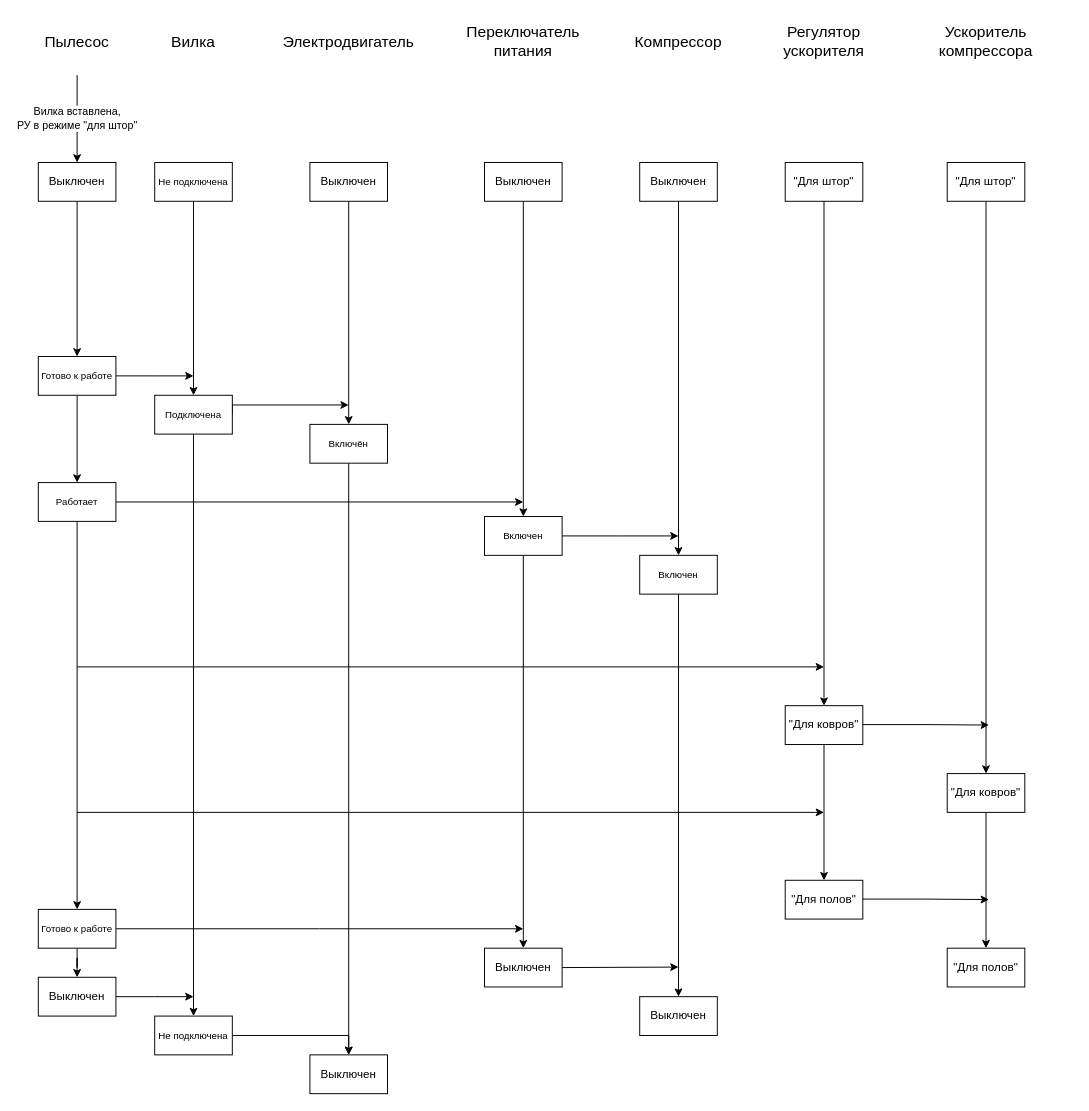
Earlier version of the draw.io diagram page "КУ" (4 of 5) of OOP/Lab_05/vacuum_cleaner.drawio (Yokud/4_sem_SE). Source tidied: cells renumbered, new cells numbered last; positions are measured from the earlier drawing's top-left corner, leaving out a move shared by most shapes. Both pictures are drawn from the tidied source at 97%, with x=0, y=0 at pixel (18, 16).
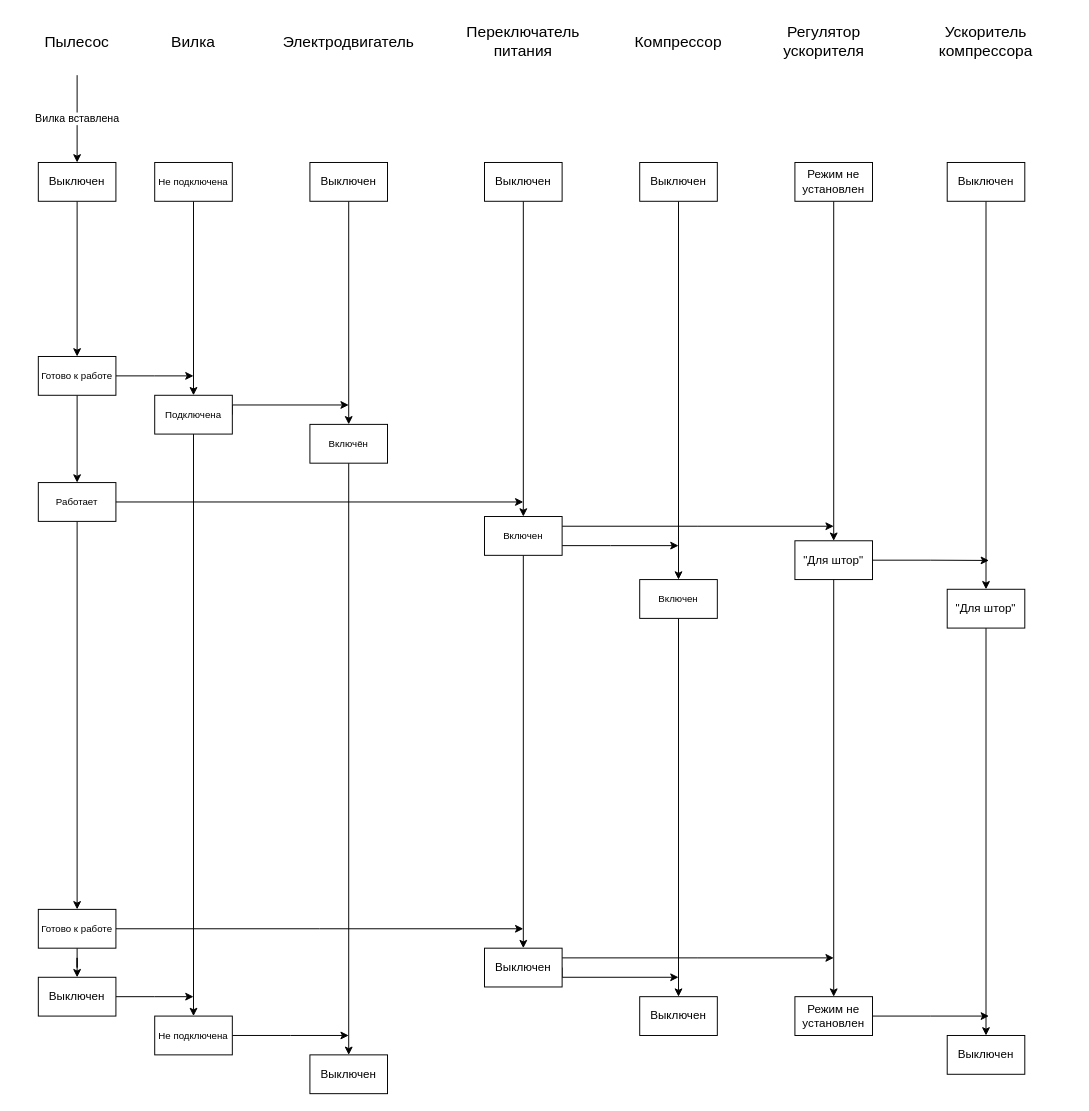
The same diagram, later.

The change refers to these unchanged cells:
```xml
<mxCell id="10" value="Выключен" style="rounded=0;whiteSpace=wrap;html=1;" parent="1" vertex="1">
  <mxGeometry x="20" y="150" width="80" height="40" as="geometry" />
</mxCell>
<mxCell id="29" value="&lt;font style=&quot;font-size: 10px&quot;&gt;Включен&lt;/font&gt;" style="rounded=0;whiteSpace=wrap;html=1;" parent="1" vertex="1">
  <mxGeometry x="480" y="515" width="80" height="40" as="geometry" />
</mxCell>
<mxCell id="56" value="Выключен" style="rounded=0;whiteSpace=wrap;html=1;" parent="1" vertex="1">
  <mxGeometry x="480" y="960" width="80" height="40" as="geometry" />
</mxCell>
<mxCell id="58" value="Выключен" style="rounded=0;whiteSpace=wrap;html=1;" parent="1" vertex="1">
  <mxGeometry x="300" y="1070" width="80" height="40" as="geometry" />
</mxCell>
<mxCell id="60" value="&lt;font style=&quot;font-size: 10px&quot;&gt;Не подключена&lt;/font&gt;" style="rounded=0;whiteSpace=wrap;html=1;" parent="1" vertex="1">
  <mxGeometry x="140" y="1030" width="80" height="40" as="geometry" />
</mxCell>
```

Change to the diagram source:
```diff
@@
-    <mxCell id="11" value="Вилка вставлена,&lt;br&gt;РУ в режиме &quot;для штор&quot;" style="endArrow=classic;html=1;entryX=0.5;entryY=0;entryDx=0;entryDy=0;" parent="1" edge="1" target="10">
+    <mxCell id="11" value="Вилка вставлена" style="endArrow=classic;html=1;entryX=0.5;entryY=0;entryDx=0;entryDy=0;" parent="1" edge="1" target="10">
       <mxGeometry relative="1" as="geometry">
         <mxPoint x="60" y="60" as="sourcePoint" />
       </mxGeometry>
     </mxCell>
@@
-    <mxCell id="20" style="edgeStyle=orthogonalEdgeStyle;rounded=0;jettySize=auto;html=1;exitX=0.5;exitY=1;exitDx=0;exitDy=0;entryX=0.5;entryY=0;entryDx=0;entryDy=0;" parent="1" edge="1" source="21" target="43">
-      <mxGeometry relative="1" as="geometry" />
-    </mxCell>
+    <mxCell id="61" style="edgeStyle=orthogonalEdgeStyle;rounded=0;jettySize=auto;html=1;exitX=1;exitY=0.5;exitDx=0;exitDy=0;" parent="1" edge="1" source="21">
+      <mxGeometry relative="1" as="geometry">
+        <mxPoint x="1000" y="560.3" as="targetPoint" />
+      </mxGeometry>
+    </mxCell>
+    <mxCell id="62" style="edgeStyle=orthogonalEdgeStyle;rounded=0;jettySize=auto;html=1;exitX=0.5;exitY=1;exitDx=0;exitDy=0;entryX=0.5;entryY=0;entryDx=0;entryDy=0;" parent="1" edge="1" source="21" target="72">
+      <mxGeometry relative="1" as="geometry" />
+    </mxCell>
     <mxCell id="21" value="&quot;Для штор&quot;" style="rounded=0;whiteSpace=wrap;html=1;" parent="1" vertex="1">
-      <mxGeometry x="790" y="150" width="80" height="40" as="geometry" />
+      <mxGeometry x="800" y="540" width="80" height="40" as="geometry" />
     </mxCell>
-    <mxCell id="22" style="edgeStyle=orthogonalEdgeStyle;rounded=0;jettySize=auto;html=1;exitX=0.5;exitY=1;exitDx=0;exitDy=0;entryX=0.5;entryY=0;entryDx=0;entryDy=0;" parent="1" edge="1" source="23" target="51">
-      <mxGeometry relative="1" as="geometry" />
-    </mxCell>
+    <mxCell id="63" style="edgeStyle=orthogonalEdgeStyle;rounded=0;jettySize=auto;html=1;exitX=0.5;exitY=1;exitDx=0;exitDy=0;entryX=0.5;entryY=0;entryDx=0;entryDy=0;" parent="1" edge="1" source="23" target="68">
+      <mxGeometry relative="1" as="geometry" />
+    </mxCell>
-    <mxCell id="23" value="&quot;Для штор&quot;" style="rounded=0;whiteSpace=wrap;html=1;" parent="1" vertex="1">
+    <mxCell id="23" value="Выключен" style="rounded=0;whiteSpace=wrap;html=1;" parent="1" vertex="1">
       <mxGeometry x="957" y="150" width="80" height="40" as="geometry" />
     </mxCell>
@@
-    <mxCell id="27" style="edgeStyle=orthogonalEdgeStyle;rounded=0;jettySize=auto;html=1;exitX=1;exitY=0.5;exitDx=0;exitDy=0;" parent="1" edge="1" source="29">
+    <mxCell id="27" style="edgeStyle=orthogonalEdgeStyle;rounded=0;jettySize=auto;html=1;exitX=1;exitY=0.75;exitDx=0;exitDy=0;" parent="1" edge="1" source="29">
       <mxGeometry relative="1" as="geometry">
-        <mxPoint x="680" y="535" as="targetPoint" />
+        <mxPoint x="680" y="545" as="targetPoint" />
+        <Array as="points">
+          <mxPoint x="610" y="545" />
+          <mxPoint x="610" y="545" />
+        </Array>
       </mxGeometry>
     </mxCell>
@@
+    <mxCell id="64" style="edgeStyle=orthogonalEdgeStyle;rounded=0;jettySize=auto;html=1;exitX=1;exitY=0.25;exitDx=0;exitDy=0;" parent="1" edge="1" source="29">
+      <mxGeometry relative="1" as="geometry">
+        <mxPoint x="840" y="525" as="targetPoint" />
+      </mxGeometry>
+    </mxCell>
@@
     <mxCell id="39" value="&lt;font style=&quot;font-size: 10px&quot;&gt;Включен&lt;/font&gt;" style="rounded=0;whiteSpace=wrap;html=1;" parent="1" vertex="1">
-      <mxGeometry x="640" y="555" width="80" height="40" as="geometry" />
+      <mxGeometry x="640" y="580" width="80" height="40" as="geometry" />
     </mxCell>
@@
-    <mxCell id="42" style="edgeStyle=orthogonalEdgeStyle;rounded=0;jettySize=auto;html=1;exitX=0.5;exitY=1;exitDx=0;exitDy=0;" parent="1" edge="1" source="43" target="44">
-      <mxGeometry relative="1" as="geometry" />
-    </mxCell>
-    <mxCell id="43" value="&quot;Для ковров&quot;" style="rounded=0;whiteSpace=wrap;html=1;" parent="1" vertex="1">
-      <mxGeometry x="790" y="710" width="80" height="40" as="geometry" />
-    </mxCell>
-    <mxCell id="44" value="&quot;Для полов&quot;" style="rounded=0;whiteSpace=wrap;html=1;" parent="1" vertex="1">
-      <mxGeometry x="790" y="890" width="80" height="40" as="geometry" />
-    </mxCell>
@@
-    <mxCell id="48" style="endArrow=classic;html=1;" parent="1" edge="1">
-      <mxGeometry relative="1" as="geometry">
-        <mxPoint x="60" y="670" as="sourcePoint" />
-        <mxPoint x="830" y="670" as="targetPoint" />
-      </mxGeometry>
-    </mxCell>
-    <mxCell id="49" style="endArrow=classic;html=1;" parent="1" edge="1">
-      <mxGeometry relative="1" as="geometry">
-        <mxPoint x="60" y="820" as="sourcePoint" />
-        <mxPoint x="830" y="820" as="targetPoint" />
-      </mxGeometry>
-    </mxCell>
-    <mxCell id="50" style="edgeStyle=orthogonalEdgeStyle;rounded=0;jettySize=auto;html=1;exitX=0.5;exitY=1;exitDx=0;exitDy=0;entryX=0.5;entryY=0;entryDx=0;entryDy=0;" parent="1" edge="1" source="51" target="52">
-      <mxGeometry relative="1" as="geometry" />
-    </mxCell>
-    <mxCell id="51" value="&quot;Для ковров&quot;" style="rounded=0;whiteSpace=wrap;html=1;" parent="1" vertex="1">
-      <mxGeometry x="957" y="780" width="80" height="40" as="geometry" />
-    </mxCell>
-    <mxCell id="52" value="&quot;Для полов&quot;" style="rounded=0;whiteSpace=wrap;html=1;" parent="1" vertex="1">
-      <mxGeometry x="957" y="960" width="80" height="40" as="geometry" />
-    </mxCell>
-    <mxCell id="53" style="edgeStyle=orthogonalEdgeStyle;rounded=0;orthogonalLoop=1;jettySize=auto;html=1;exitX=1;exitY=0.5;exitDx=0;exitDy=0;" parent="1" edge="1">
-      <mxGeometry relative="1" as="geometry">
-        <mxPoint x="870" y="729.5" as="sourcePoint" />
-        <mxPoint x="1000" y="730" as="targetPoint" />
-        <Array as="points">
-          <mxPoint x="935" y="729" />
-          <mxPoint x="1000" y="730" />
-        </Array>
-      </mxGeometry>
-    </mxCell>
-    <mxCell id="54" style="edgeStyle=orthogonalEdgeStyle;rounded=0;orthogonalLoop=1;jettySize=auto;html=1;exitX=1;exitY=0.5;exitDx=0;exitDy=0;" parent="1" edge="1">
-      <mxGeometry relative="1" as="geometry">
-        <mxPoint x="870" y="909.4" as="sourcePoint" />
-        <mxPoint x="1000" y="909.9" as="targetPoint" />
-        <Array as="points">
-          <mxPoint x="935" y="908.9" />
-          <mxPoint x="1000" y="909.9" />
-        </Array>
-      </mxGeometry>
-    </mxCell>
     <mxCell id="55" style="edgeStyle=orthogonalEdgeStyle;rounded=0;jettySize=auto;html=1;exitX=1;exitY=0.5;exitDx=0;exitDy=0;" parent="1" edge="1" source="56">
       <mxGeometry relative="1" as="geometry">
-        <mxPoint x="680" y="979.5" as="targetPoint" />
+        <mxPoint x="680" y="990" as="targetPoint" />
+        <Array as="points">
+          <mxPoint x="560" y="990" />
+          <mxPoint x="680" y="990" />
+        </Array>
       </mxGeometry>
     </mxCell>
+    <mxCell id="65" style="edgeStyle=orthogonalEdgeStyle;rounded=0;jettySize=auto;html=1;exitX=1;exitY=0.25;exitDx=0;exitDy=0;" parent="1" edge="1" source="56">
+      <mxGeometry relative="1" as="geometry">
+        <mxPoint x="840" y="970" as="targetPoint" />
+      </mxGeometry>
+    </mxCell>
@@
-    <mxCell id="59" style="edgeStyle=orthogonalEdgeStyle;rounded=0;jettySize=auto;html=1;exitX=1;exitY=0.5;exitDx=0;exitDy=0;entryX=0.5;entryY=0;entryDx=0;entryDy=0;" parent="1" edge="1" source="60" target="58">
-      <mxGeometry relative="1" as="geometry" />
+    <mxCell id="59" style="edgeStyle=orthogonalEdgeStyle;rounded=0;jettySize=auto;html=1;exitX=1;exitY=0.5;exitDx=0;exitDy=0;" parent="1" edge="1" source="60">
+      <mxGeometry relative="1" as="geometry">
+        <mxPoint x="340" y="1050" as="targetPoint" />
+      </mxGeometry>
     </mxCell>
@@
+    <mxCell id="66" value="Выключен" style="rounded=0;whiteSpace=wrap;html=1;" parent="1" vertex="1">
+      <mxGeometry x="957" y="1050" width="80" height="40" as="geometry" />
+    </mxCell>
+    <mxCell id="67" style="edgeStyle=orthogonalEdgeStyle;rounded=0;jettySize=auto;html=1;exitX=0.5;exitY=1;exitDx=0;exitDy=0;entryX=0.5;entryY=0;entryDx=0;entryDy=0;" parent="1" edge="1" source="68" target="66">
+      <mxGeometry relative="1" as="geometry" />
+    </mxCell>
+    <mxCell id="68" value="&quot;Для штор&quot;" style="rounded=0;whiteSpace=wrap;html=1;" parent="1" vertex="1">
+      <mxGeometry x="957" y="590" width="80" height="40" as="geometry" />
+    </mxCell>
+    <mxCell id="69" style="edgeStyle=orthogonalEdgeStyle;rounded=0;jettySize=auto;html=1;exitX=0.5;exitY=1;exitDx=0;exitDy=0;entryX=0.5;entryY=0;entryDx=0;entryDy=0;" parent="1" edge="1" source="70" target="21">
+      <mxGeometry relative="1" as="geometry" />
+    </mxCell>
+    <mxCell id="70" value="Режим не установлен" style="rounded=0;whiteSpace=wrap;html=1;" parent="1" vertex="1">
+      <mxGeometry x="800" y="150" width="80" height="40" as="geometry" />
+    </mxCell>
+    <mxCell id="71" style="edgeStyle=orthogonalEdgeStyle;rounded=0;jettySize=auto;html=1;exitX=1;exitY=0.5;exitDx=0;exitDy=0;" parent="1" edge="1" source="72">
+      <mxGeometry relative="1" as="geometry">
+        <mxPoint x="1000" y="1030" as="targetPoint" />
+      </mxGeometry>
+    </mxCell>
+    <mxCell id="72" value="Режим не установлен" style="rounded=0;whiteSpace=wrap;html=1;" parent="1" vertex="1">
+      <mxGeometry x="800" y="1010" width="80" height="40" as="geometry" />
+    </mxCell>
```
